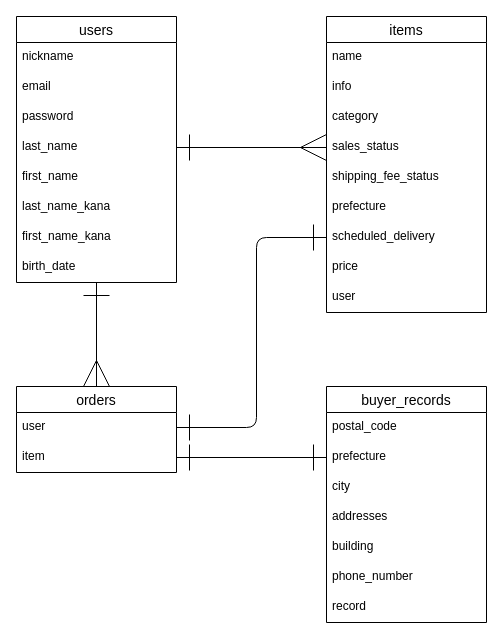
This is furima.dio from satumaimo77/furima-39957, a draw.io file, before an edit. Source tidied: cells renumbered, new cells numbered last; positions are measured from the earlier drawing's top-left corner, leaving out a move shared by most shapes. Both pictures are drawn from the tidied source at 100%, with x=0, y=0 at pixel (16, 16).
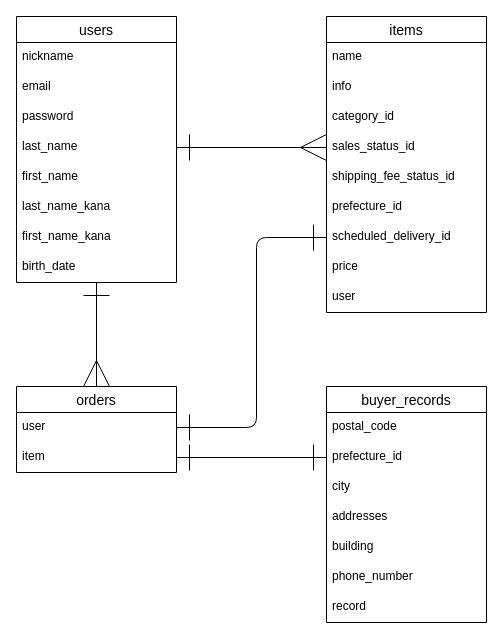
The same diagram, later.

Commit message (it also covers changes not shown here):
データベース設計修正１

The change refers to these unchanged cells:
```xml
<mxCell id="12" value="items" style="swimlane;fontStyle=0;horizontal=1;startSize=26;align=center;fontSize=14;" parent="1" vertex="1">
  <mxGeometry x="310" width="160" height="296" as="geometry" />
</mxCell>
<mxCell id="25" value="buyer_records" style="swimlane;fontStyle=0;horizontal=1;startSize=26;align=center;fontSize=14;" parent="1" vertex="1">
  <mxGeometry x="310" y="370" width="160" height="236" as="geometry" />
</mxCell>
```

The edit, as a diff of the source:
```diff
@@
-    <mxCell id="15" value="category" style="text;strokeColor=none;fillColor=none;spacingLeft=4;spacingRight=4;overflow=hidden;fontSize=12;" parent="12" vertex="1">
+    <mxCell id="15" value="category_id" style="text;strokeColor=none;fillColor=none;spacingLeft=4;spacingRight=4;overflow=hidden;fontSize=12;" parent="12" vertex="1">
       <mxGeometry y="86" width="160" height="30" as="geometry" />
     </mxCell>
-    <mxCell id="16" value="sales_status" style="text;strokeColor=none;fillColor=none;spacingLeft=4;spacingRight=4;overflow=hidden;points=[[0,0.5],[1,0.5]];portConstraint=eastwest;fontSize=12;" parent="12" vertex="1">
+    <mxCell id="16" value="sales_status_id" style="text;strokeColor=none;fillColor=none;spacingLeft=4;spacingRight=4;overflow=hidden;points=[[0,0.5],[1,0.5]];portConstraint=eastwest;fontSize=12;" parent="12" vertex="1">
       <mxGeometry y="116" width="160" height="30" as="geometry" />
     </mxCell>
-    <mxCell id="17" value="shipping_fee_status" style="text;strokeColor=none;fillColor=none;spacingLeft=4;spacingRight=4;overflow=hidden;fontSize=12;" parent="12" vertex="1">
+    <mxCell id="17" value="shipping_fee_status_id" style="text;strokeColor=none;fillColor=none;spacingLeft=4;spacingRight=4;overflow=hidden;fontSize=12;" parent="12" vertex="1">
       <mxGeometry y="146" width="160" height="30" as="geometry" />
     </mxCell>
-    <mxCell id="18" value="prefecture" style="text;strokeColor=none;fillColor=none;spacingLeft=4;spacingRight=4;overflow=hidden;fontSize=12;" parent="12" vertex="1">
+    <mxCell id="18" value="prefecture_id" style="text;strokeColor=none;fillColor=none;spacingLeft=4;spacingRight=4;overflow=hidden;fontSize=12;" parent="12" vertex="1">
       <mxGeometry y="176" width="160" height="30" as="geometry" />
     </mxCell>
-    <mxCell id="19" value="scheduled_delivery" style="text;strokeColor=none;fillColor=none;spacingLeft=4;spacingRight=4;overflow=hidden;points=[[0,0.5],[1,0.5]];portConstraint=eastwest;fontSize=12;" parent="12" vertex="1">
+    <mxCell id="19" value="scheduled_delivery_id" style="text;strokeColor=none;fillColor=none;spacingLeft=4;spacingRight=4;overflow=hidden;points=[[0,0.5],[1,0.5]];portConstraint=eastwest;fontSize=12;" parent="12" vertex="1">
       <mxGeometry y="206" width="160" height="30" as="geometry" />
     </mxCell>
@@
-    <mxCell id="27" value="prefecture" style="text;strokeColor=none;fillColor=none;spacingLeft=4;spacingRight=4;overflow=hidden;points=[[0,0.5],[1,0.5]];portConstraint=eastwest;fontSize=12;" parent="25" vertex="1">
+    <mxCell id="27" value="prefecture_id" style="text;strokeColor=none;fillColor=none;spacingLeft=4;spacingRight=4;overflow=hidden;points=[[0,0.5],[1,0.5]];portConstraint=eastwest;fontSize=12;" parent="25" vertex="1">
       <mxGeometry y="56" width="160" height="30" as="geometry" />
     </mxCell>
```
